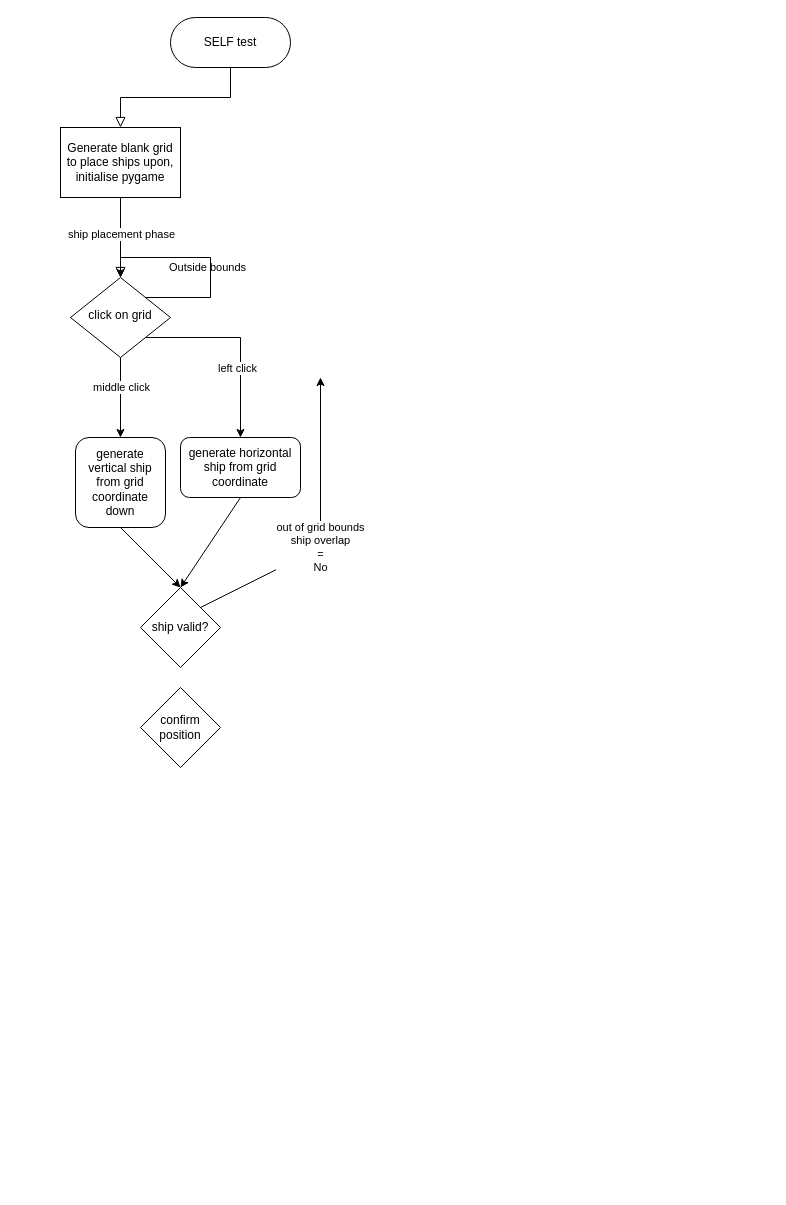
The draw.io diagram SELF test.drawio in panzeroige/5-7.3, before the edit. Source tidied: cells renumbered, new cells numbered last; positions are measured from the earlier drawing's top-left corner, leaving out a move shared by most shapes. Both pictures are drawn from the tidied source at 100%, with x=0, y=0 at pixel (60, 17).
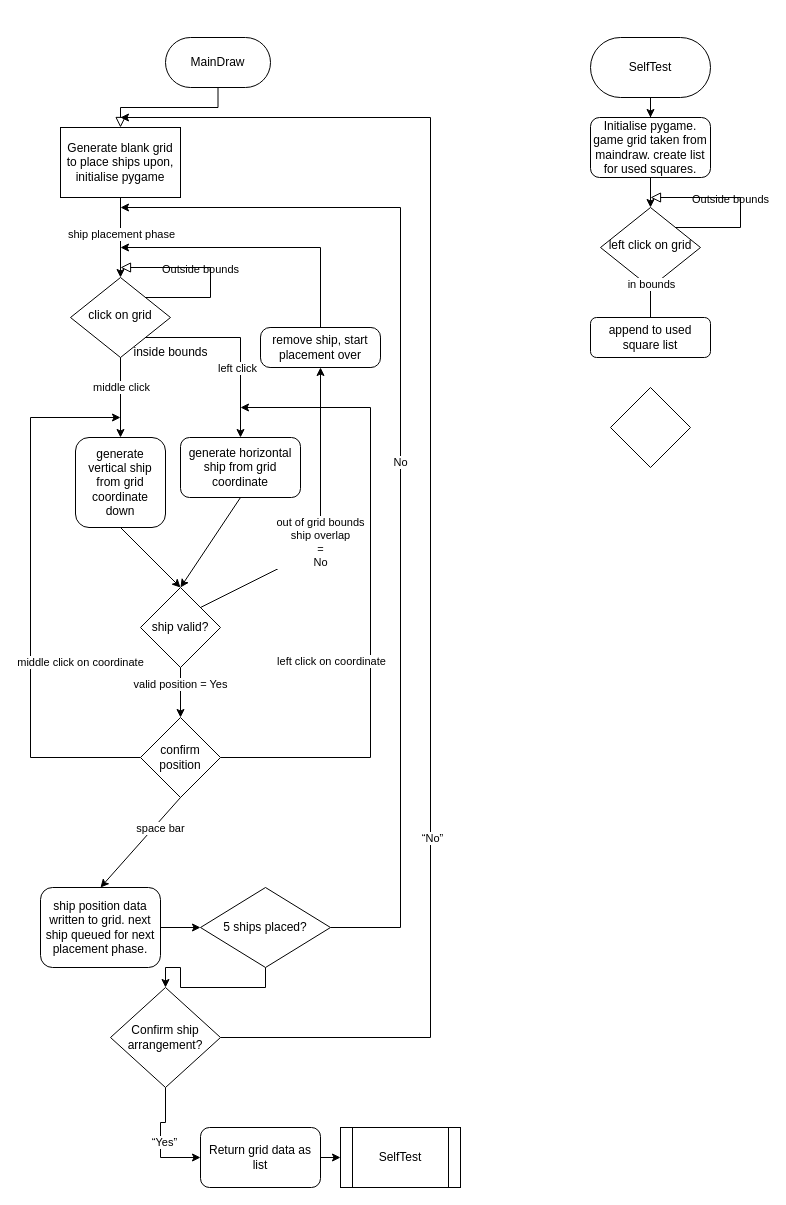
The same page after the edit.

The change refers to these unchanged cells:
```xml
<mxCell id="7" value="click on grid" style="rhombus;whiteSpace=wrap;html=1;shadow=0;fontFamily=Helvetica;fontSize=12;align=center;strokeWidth=1;spacing=6;spacingTop=-4;" parent="1" vertex="1">
  <mxGeometry x="10" y="260" width="100" height="80" as="geometry" />
</mxCell>
<mxCell id="18" value="ship valid?" style="rhombus;whiteSpace=wrap;html=1;" parent="1" vertex="1">
  <mxGeometry x="80" y="570" width="80" height="80" as="geometry" />
</mxCell>
```

Change to the diagram source:
```diff
@@
+    <mxCell id="21" value="No" style="edgeStyle=orthogonalEdgeStyle;rounded=0;jettySize=auto;html=1;" parent="1" edge="1" source="23">
+      <mxGeometry relative="1" as="geometry">
+        <mxPoint x="60" y="190" as="targetPoint" />
+        <Array as="points">
+          <mxPoint x="340" y="910" />
+          <mxPoint x="340" y="190" />
+        </Array>
+      </mxGeometry>
+    </mxCell>
+    <mxCell id="22" style="edgeStyle=orthogonalEdgeStyle;rounded=0;jettySize=auto;html=1;entryX=0.5;entryY=0;entryDx=0;entryDy=0;" parent="1" edge="1" source="23" target="38">
+      <mxGeometry relative="1" as="geometry" />
+    </mxCell>
+    <mxCell id="23" value="5 ships placed?" style="rhombus;whiteSpace=wrap;html=1;" parent="1" vertex="1">
+      <mxGeometry x="140" y="870" width="130" height="80" as="geometry" />
+    </mxCell>
@@
-    <mxCell id="3" value="SELF test" style="rounded=1;whiteSpace=wrap;html=1;fontSize=12;glass=0;strokeWidth=1;shadow=0;arcSize=50;" parent="1" vertex="1">
-      <mxGeometry x="110" width="120" height="50" as="geometry" />
+    <mxCell id="3" value="MainDraw" style="rounded=1;whiteSpace=wrap;html=1;fontSize=12;glass=0;strokeWidth=1;shadow=0;arcSize=50;" parent="1" vertex="1">
+      <mxGeometry x="105" y="20" width="105" height="50" as="geometry" />
     </mxCell>
     <mxCell id="4" value="Outside bounds" style="edgeStyle=orthogonalEdgeStyle;rounded=0;html=1;jettySize=auto;fontSize=11;endArrow=block;endFill=0;endSize=8;strokeWidth=1;shadow=0;labelBackgroundColor=none;exitX=1;exitY=0;exitDx=0;exitDy=0;" parent="1" edge="1" source="7">
       <mxGeometry y="10" relative="1" as="geometry">
-        <mxPoint x="60" y="260" as="targetPoint" />
+        <mxPoint x="60" y="250" as="targetPoint" />
         <Array as="points">
           <mxPoint x="150" y="280" />
-          <mxPoint x="150" y="240" />
+          <mxPoint x="150" y="250" />
+          <mxPoint x="60" y="250" />
         </Array>
       </mxGeometry>
     </mxCell>
@@
+    <mxCell id="24" value="middle click on coordinate" style="edgeStyle=orthogonalEdgeStyle;rounded=0;jettySize=auto;html=1;" parent="1" edge="1" source="17">
+      <mxGeometry x="-0.24" y="-50" relative="1" as="geometry">
+        <mxPoint x="60" y="400" as="targetPoint" />
+        <Array as="points">
+          <mxPoint x="-30" y="740" />
+          <mxPoint x="-30" y="400" />
+          <mxPoint x="60" y="400" />
+        </Array>
+      </mxGeometry>
+    </mxCell>
+    <mxCell id="25" style="edgeStyle=orthogonalEdgeStyle;rounded=0;jettySize=auto;html=1;" parent="1" edge="1" source="17">
+      <mxGeometry relative="1" as="geometry">
+        <mxPoint x="180" y="390" as="targetPoint" />
+        <Array as="points">
+          <mxPoint x="310" y="740" />
+          <mxPoint x="310" y="390" />
+          <mxPoint x="180" y="390" />
+        </Array>
+      </mxGeometry>
+    </mxCell>
+    <mxCell id="26" value="left click on coordinate" style="edgeLabel;html=1;align=center;verticalAlign=middle;" parent="25" vertex="1">
+      <mxGeometry x="-0.15" y="-3" relative="1" as="geometry">
+        <mxPoint x="-43" y="21" as="offset" />
+      </mxGeometry>
+    </mxCell>
     <mxCell id="17" value="confirm position" style="rhombus;whiteSpace=wrap;html=1;" parent="1" vertex="1">
-      <mxGeometry x="80" y="670" width="80" height="80" as="geometry" />
+      <mxGeometry x="80" y="700" width="80" height="80" as="geometry" />
     </mxCell>
@@
-    <mxCell id="19" style="endArrow=classic;html=1;rounded=0;exitX=1;exitY=0;exitDx=0;exitDy=0;" parent="1" edge="1" source="18">
+    <mxCell id="19" style="endArrow=classic;html=1;rounded=0;exitX=1;exitY=0;exitDx=0;exitDy=0;entryX=0.5;entryY=1;entryDx=0;entryDy=0;" parent="1" edge="1" source="18" target="30">
       <mxGeometry relative="1" as="geometry">
-        <mxPoint x="260" y="360" as="targetPoint" />
         <Array as="points">
           <mxPoint x="260" y="530" />
         </Array>
       </mxGeometry>
     </mxCell>
@@
+    <mxCell id="27" style="endArrow=classic;html=1;rounded=0;exitX=0.5;exitY=1;exitDx=0;exitDy=0;entryX=0.5;entryY=0;entryDx=0;entryDy=0;" parent="1" edge="1" source="18" target="17">
+      <mxGeometry relative="1" as="geometry" />
+    </mxCell>
+    <mxCell id="28" value="valid position = Yes" style="edgeLabel;html=1;align=center;verticalAlign=middle;" parent="27" vertex="1">
+      <mxGeometry x="-0.36" y="-1" relative="1" as="geometry" />
+    </mxCell>
+    <mxCell id="29" style="edgeStyle=orthogonalEdgeStyle;rounded=0;jettySize=auto;html=1;" parent="1" edge="1" source="30">
+      <mxGeometry relative="1" as="geometry">
+        <mxPoint x="60" y="230" as="targetPoint" />
+        <Array as="points">
+          <mxPoint x="260" y="230" />
+          <mxPoint x="60" y="230" />
+        </Array>
+      </mxGeometry>
+    </mxCell>
+    <mxCell id="30" value="remove ship, start placement over" style="rounded=1;whiteSpace=wrap;html=1;arcSize=24;" parent="1" vertex="1">
+      <mxGeometry x="200" y="310" width="120" height="40" as="geometry" />
+    </mxCell>
+    <mxCell id="31" style="endArrow=classic;html=1;rounded=0;exitX=0.5;exitY=1;exitDx=0;exitDy=0;entryX=0.5;entryY=1;entryDx=0;entryDy=0;" parent="1" edge="1" source="17" target="39">
+      <mxGeometry relative="1" as="geometry" />
+    </mxCell>
+    <mxCell id="32" value="space bar" style="edgeLabel;html=1;align=center;verticalAlign=middle;" parent="31" vertex="1">
+      <mxGeometry x="-0.39" y="5" relative="1" as="geometry" />
+    </mxCell>
+    <mxCell id="33" style="edgeStyle=orthogonalEdgeStyle;rounded=0;jettySize=auto;html=1;" parent="1" edge="1" source="39" target="23">
+      <mxGeometry relative="1" as="geometry" />
+    </mxCell>
+    <mxCell id="34" style="edgeStyle=orthogonalEdgeStyle;rounded=0;jettySize=auto;html=1;" parent="1" edge="1" source="38">
+      <mxGeometry relative="1" as="geometry">
+        <mxPoint x="140" y="1140" as="targetPoint" />
+        <Array as="points">
+          <mxPoint x="105" y="1105" />
+          <mxPoint x="100" y="1105" />
+          <mxPoint x="100" y="1140" />
+        </Array>
+      </mxGeometry>
+    </mxCell>
+    <mxCell id="35" value="“Yes”" style="edgeLabel;html=1;align=center;verticalAlign=middle;" parent="34" vertex="1">
+      <mxGeometry x="0.03" y="3" relative="1" as="geometry" />
+    </mxCell>
+    <mxCell id="36" style="edgeStyle=orthogonalEdgeStyle;rounded=0;jettySize=auto;html=1;" parent="1" edge="1" source="38">
+      <mxGeometry relative="1" as="geometry">
+        <mxPoint x="60" y="100" as="targetPoint" />
+        <Array as="points">
+          <mxPoint x="370" y="1020" />
+          <mxPoint x="370" y="100" />
+        </Array>
+      </mxGeometry>
+    </mxCell>
+    <mxCell id="37" value="“No”" style="edgeLabel;html=1;align=center;verticalAlign=middle;" parent="36" vertex="1">
+      <mxGeometry x="-0.43" y="-1" relative="1" as="geometry" />
+    </mxCell>
+    <mxCell id="38" value="Confirm ship arrangement?" style="rhombus;whiteSpace=wrap;html=1;" parent="1" vertex="1">
+      <mxGeometry x="50" y="970" width="110" height="100" as="geometry" />
+    </mxCell>
+    <mxCell id="39" value="ship position data written to grid. next ship queued for next placement phase." style="rounded=1;whiteSpace=wrap;html=1;direction=west;" parent="1" vertex="1">
+      <mxGeometry x="-20" y="870" width="120" height="80" as="geometry" />
+    </mxCell>
+    <mxCell id="40" value="Return grid data as list" style="rounded=1;whiteSpace=wrap;html=1;" parent="1" vertex="1">
+      <mxGeometry x="140" y="1110" width="120" height="60" as="geometry" />
+    </mxCell>
+    <mxCell id="41" style="endArrow=classic;html=1;rounded=0;exitX=1;exitY=0.5;exitDx=0;exitDy=0;" parent="1" edge="1" source="40" target="42">
+      <mxGeometry relative="1" as="geometry" />
+    </mxCell>
+    <mxCell id="42" value="SelfTest" style="shape=process;whiteSpace=wrap;html=1;backgroundOutline=1;" parent="1" vertex="1">
+      <mxGeometry x="280" y="1110" width="120" height="60" as="geometry" />
+    </mxCell>
+    <mxCell id="43" style="edgeStyle=orthogonalEdgeStyle;rounded=0;jettySize=auto;html=1;" parent="1" edge="1" source="44" target="45">
+      <mxGeometry relative="1" as="geometry" />
+    </mxCell>
+    <mxCell id="44" value="SelfTest" style="rounded=1;whiteSpace=wrap;html=1;arcSize=50;" parent="1" vertex="1">
+      <mxGeometry x="530" y="20" width="120" height="60" as="geometry" />
+    </mxCell>
+    <mxCell id="45" value="Initialise pygame. game grid taken from maindraw. create list for used squares." style="rounded=1;whiteSpace=wrap;html=1;" parent="1" vertex="1">
+      <mxGeometry x="530" y="100" width="120" height="60" as="geometry" />
+    </mxCell>
+    <mxCell id="46" value="Outside bounds" style="edgeStyle=orthogonalEdgeStyle;rounded=0;html=1;jettySize=auto;fontSize=11;endArrow=block;endFill=0;endSize=8;strokeWidth=1;shadow=0;labelBackgroundColor=none;exitX=1;exitY=0;exitDx=0;exitDy=0;" parent="1" edge="1" source="47">
+      <mxGeometry y="10" relative="1" as="geometry">
+        <mxPoint x="590" y="180" as="targetPoint" />
+        <Array as="points">
+          <mxPoint x="680" y="210" />
+          <mxPoint x="680" y="180" />
+          <mxPoint x="590" y="180" />
+        </Array>
+      </mxGeometry>
+    </mxCell>
+    <mxCell id="47" value="left click on grid" style="rhombus;whiteSpace=wrap;html=1;shadow=0;fontFamily=Helvetica;fontSize=12;align=center;strokeWidth=1;spacing=6;spacingTop=-4;" parent="1" vertex="1">
+      <mxGeometry x="540" y="190" width="100" height="80" as="geometry" />
+    </mxCell>
+    <mxCell id="48" style="endArrow=classic;html=1;rounded=0;exitX=0.5;exitY=1;exitDx=0;exitDy=0;entryX=0.5;entryY=0;entryDx=0;entryDy=0;" parent="1" edge="1" source="45" target="47">
+      <mxGeometry relative="1" as="geometry" />
+    </mxCell>
+    <mxCell id="49" style="endArrow=classic;html=1;rounded=0;exitX=0.5;exitY=1;exitDx=0;exitDy=0;" parent="1" edge="1" source="47">
+      <mxGeometry relative="1" as="geometry">
+        <mxPoint x="590" y="310" as="targetPoint" />
+      </mxGeometry>
+    </mxCell>
+    <mxCell id="50" value="in bounds" style="edgeLabel;html=1;align=center;verticalAlign=middle;" parent="49" vertex="1">
+      <mxGeometry x="-0.06" y="-3" relative="1" as="geometry">
+        <mxPoint x="3" y="-23" as="offset" />
+      </mxGeometry>
+    </mxCell>
+    <mxCell id="51" value="inside bounds" style="text;html=1;align=center;verticalAlign=middle;strokeColor=none;fillColor=none;" parent="1" vertex="1">
+      <mxGeometry x="60" y="320" width="100" height="30" as="geometry" />
+    </mxCell>
+    <mxCell id="52" style="rhombus;whiteSpace=wrap;html=1;direction=south;" parent="1" vertex="1">
+      <mxGeometry x="550" y="370" width="80" height="80" as="geometry" />
+    </mxCell>
+    <mxCell id="53" value="append to used square list" style="rounded=1;whiteSpace=wrap;html=1;" parent="1" vertex="1">
+      <mxGeometry x="530" y="300" width="120" height="40" as="geometry" />
+    </mxCell>
```
